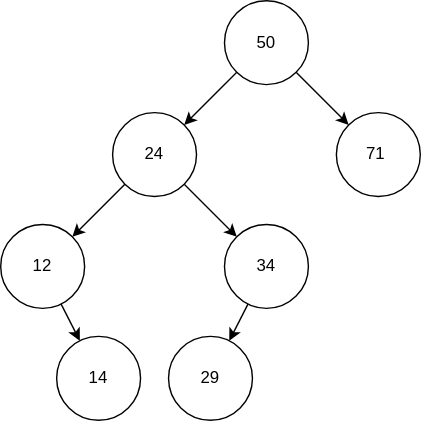
Earlier version of the draw.io export 1342_binary_Search_Tree/input1_tree.drawio.svg (CCCpeggy/Data-Structure-Online-Judge-Code). Source tidied: cells renumbered, new cells last; positions are measured from the earlier drawing's top-left corner, leaving out a move shared by most shapes. The source it was exported from:
```xml
<mxGraphModel>
  <root>
    <mxCell id="0" />
    <mxCell id="1" parent="0" />
    <mxCell id="2" style="edgeStyle=none;rounded=0;jettySize=auto;html=1;" parent="1" edge="1" source="4" target="7">
      <mxGeometry relative="1" as="geometry" />
    </mxCell>
    <mxCell id="3" style="edgeStyle=none;rounded=0;jettySize=auto;html=1;" parent="1" edge="1" source="4" target="8">
      <mxGeometry relative="1" as="geometry" />
    </mxCell>
    <mxCell id="4" value="50" style="ellipse;whiteSpace=wrap;html=1;" parent="1" vertex="1">
      <mxGeometry x="160" width="60" height="60" as="geometry" />
    </mxCell>
    <mxCell id="5" style="edgeStyle=none;rounded=0;jettySize=auto;html=1;" parent="1" edge="1" source="7" target="12">
      <mxGeometry relative="1" as="geometry" />
    </mxCell>
    <mxCell id="6" style="edgeStyle=none;rounded=0;jettySize=auto;html=1;" parent="1" edge="1" source="7" target="10">
      <mxGeometry relative="1" as="geometry" />
    </mxCell>
    <mxCell id="7" value="24" style="ellipse;whiteSpace=wrap;html=1;" parent="1" vertex="1">
      <mxGeometry x="80" y="80" width="60" height="60" as="geometry" />
    </mxCell>
    <mxCell id="8" value="71&lt;span style=&quot;color: rgba(0 , 0 , 0 , 0) ; font-family: monospace ; font-size: 0px&quot;&gt;%3CmxGraphModel%3E%3Croot%3E%3CmxCell%20id%3D%220%22%2F%3E%3CmxCell%20id%3D%221%22%20parent%3D%220%22%2F%3E%3CmxCell%20id%3D%222%22%20value%3D%22%22%20style%3D%22ellipse%3BwhiteSpace%3Dwrap%3Bhtml%3D1%3Baspect%3Dfixed%3B%22%20vertex%3D%221%22%20parent%3D%221%22%3E%3CmxGeometry%20x%3D%22300%22%20y%3D%22120%22%20width%3D%2260%22%20height%3D%2260%22%20as%3D%22geometry%22%2F%3E%3C%2FmxCell%3E%3C%2Froot%3E%3C%2FmxGraphModel%3E&lt;/span&gt;" style="ellipse;whiteSpace=wrap;html=1;" parent="1" vertex="1">
      <mxGeometry x="240" y="80" width="60" height="60" as="geometry" />
    </mxCell>
    <mxCell id="9" style="edgeStyle=none;rounded=0;jettySize=auto;html=1;" parent="1" edge="1" source="10" target="13">
      <mxGeometry relative="1" as="geometry" />
    </mxCell>
    <mxCell id="10" value="12" style="ellipse;whiteSpace=wrap;html=1;" parent="1" vertex="1">
      <mxGeometry y="160" width="60" height="60" as="geometry" />
    </mxCell>
    <mxCell id="11" style="edgeStyle=none;rounded=0;jettySize=auto;html=1;" parent="1" edge="1" source="12" target="14">
      <mxGeometry relative="1" as="geometry" />
    </mxCell>
    <mxCell id="12" value="34" style="ellipse;whiteSpace=wrap;html=1;" parent="1" vertex="1">
      <mxGeometry x="160" y="160" width="60" height="60" as="geometry" />
    </mxCell>
    <mxCell id="13" value="14" style="ellipse;whiteSpace=wrap;html=1;" parent="1" vertex="1">
      <mxGeometry x="40" y="240" width="60" height="60" as="geometry" />
    </mxCell>
    <mxCell id="14" value="29" style="ellipse;whiteSpace=wrap;html=1;" parent="1" vertex="1">
      <mxGeometry x="120" y="240" width="60" height="60" as="geometry" />
    </mxCell>
  </root>
</mxGraphModel>
```
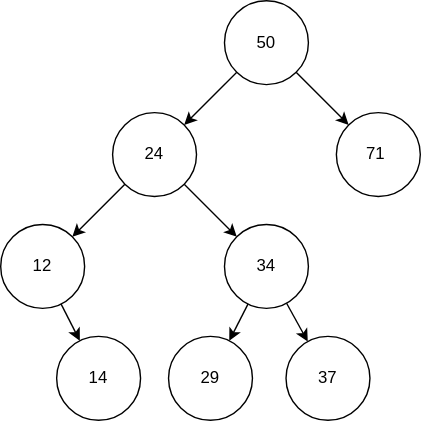
The same diagram one commit later.

What changed in the source:
```diff
@@ -32,6 +32,9 @@
     <mxCell id="11" style="edgeStyle=none;rounded=0;jettySize=auto;html=1;" parent="1" edge="1" source="12" target="14">
       <mxGeometry relative="1" as="geometry" />
     </mxCell>
+    <mxCell id="15" style="edgeStyle=none;rounded=0;jettySize=auto;html=1;" parent="1" edge="1" source="12" target="16">
+      <mxGeometry relative="1" as="geometry" />
+    </mxCell>
     <mxCell id="12" value="34" style="ellipse;whiteSpace=wrap;html=1;" parent="1" vertex="1">
       <mxGeometry x="160" y="160" width="60" height="60" as="geometry" />
     </mxCell>
@@ -41,5 +44,8 @@
     <mxCell id="14" value="29" style="ellipse;whiteSpace=wrap;html=1;" parent="1" vertex="1">
       <mxGeometry x="120" y="240" width="60" height="60" as="geometry" />
     </mxCell>
+    <mxCell id="16" value="37" style="ellipse;whiteSpace=wrap;html=1;" parent="1" vertex="1">
+      <mxGeometry x="204" y="240" width="60" height="60" as="geometry" />
+    </mxCell>
   </root>
 </mxGraphModel>
```
